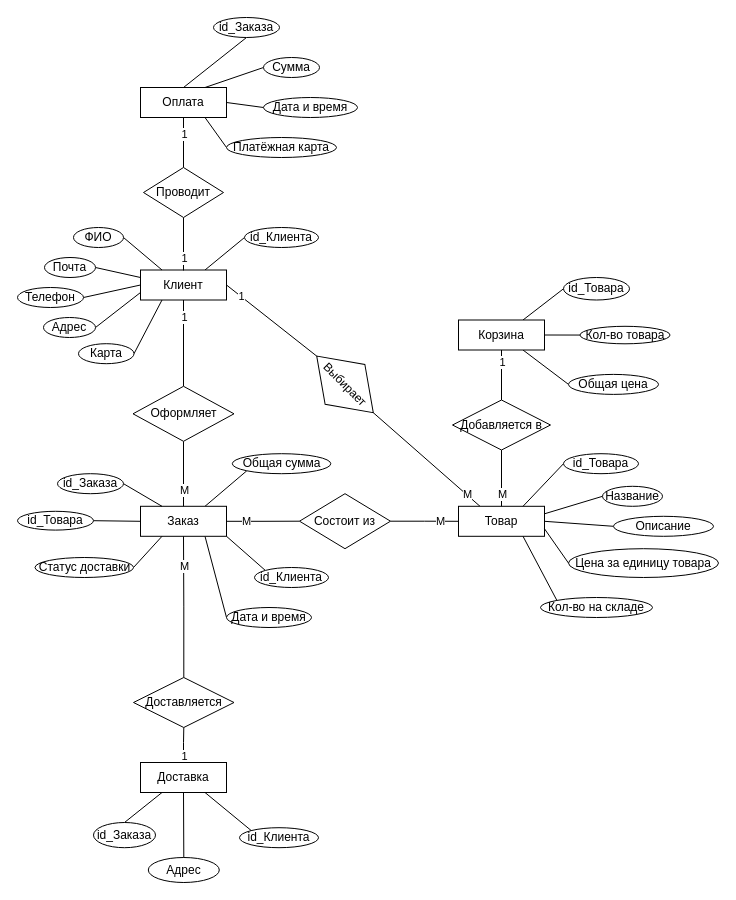
Above: page "Концептуальная модель" (6 of 8) of Все диаграммы.drawio in AnnaOtchina/AnnaKyrsach (draw.io), before the change. Source tidied: cells renumbered, new cells numbered last; positions are measured from the earlier drawing's top-left corner, leaving out a move shared by most shapes. Both pictures are drawn from the tidied source at 100%, with x=0, y=0 at pixel (17, 17).
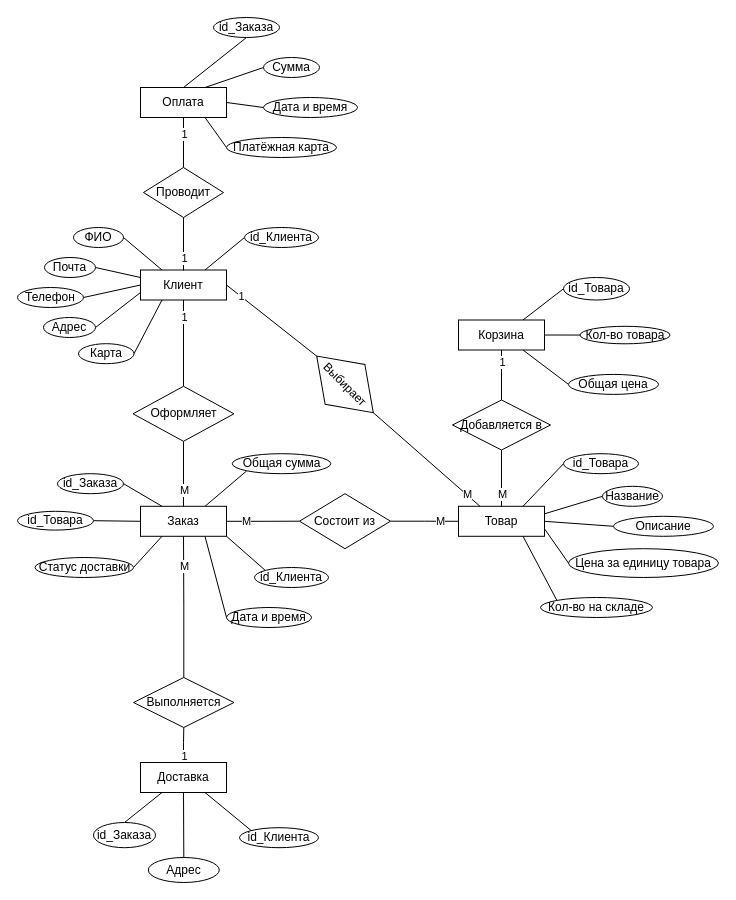
The same diagram, later.

What changed in the source:
```diff
@@
-    <mxCell id="41" value="Доставляется" style="rhombus;whiteSpace=wrap;html=1;rounded=0;" parent="1" vertex="1">
+    <mxCell id="41" value="Выполняется" style="rhombus;whiteSpace=wrap;html=1;rounded=0;" parent="1" vertex="1">
       <mxGeometry x="116" y="660" width="100.5" height="50" as="geometry" />
     </mxCell>
```
